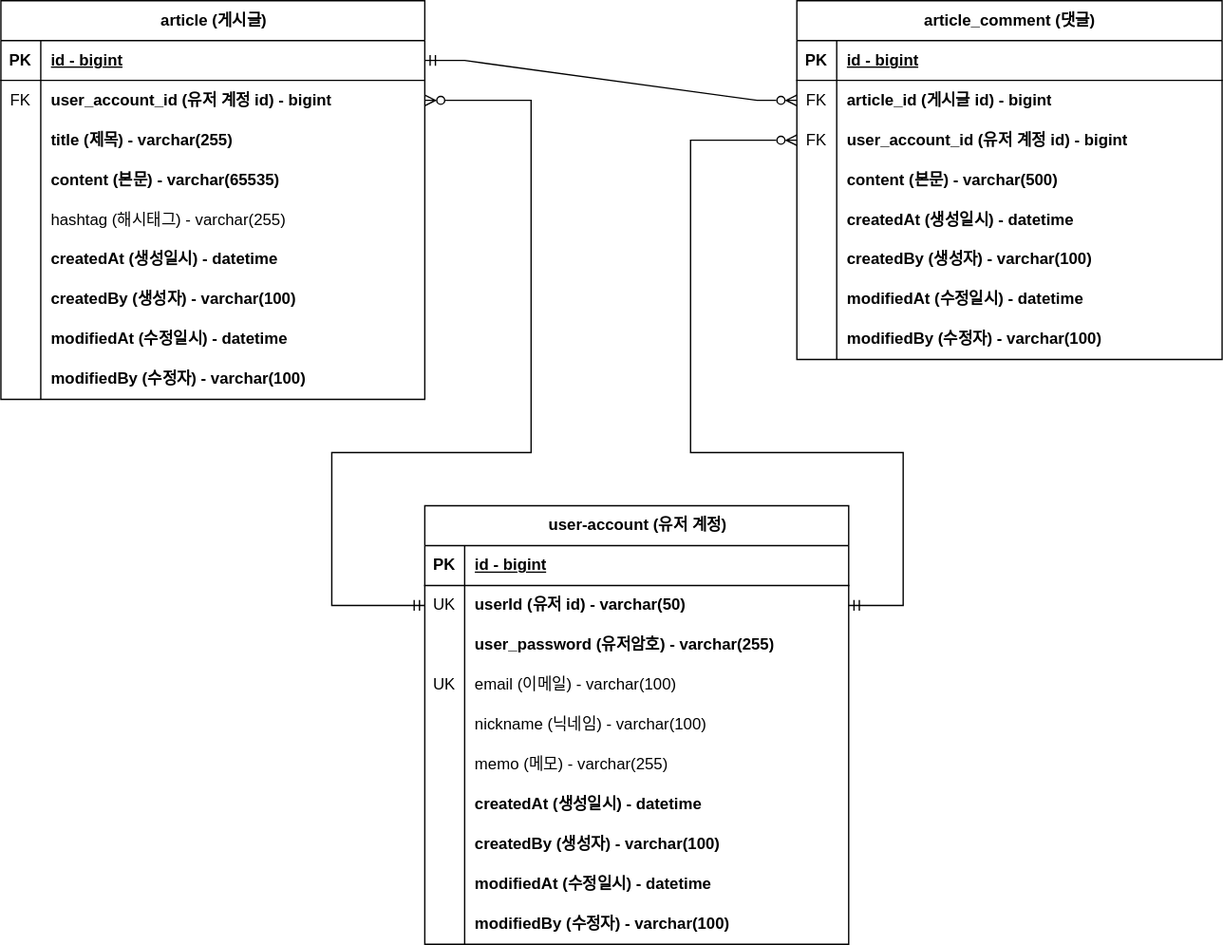
Earlier version of the draw.io export document/project-board-erd.svg (peg5325/spring-board). Source tidied: cells renumbered, new cells last; positions are measured from the earlier drawing's top-left corner, leaving out a move shared by most shapes.
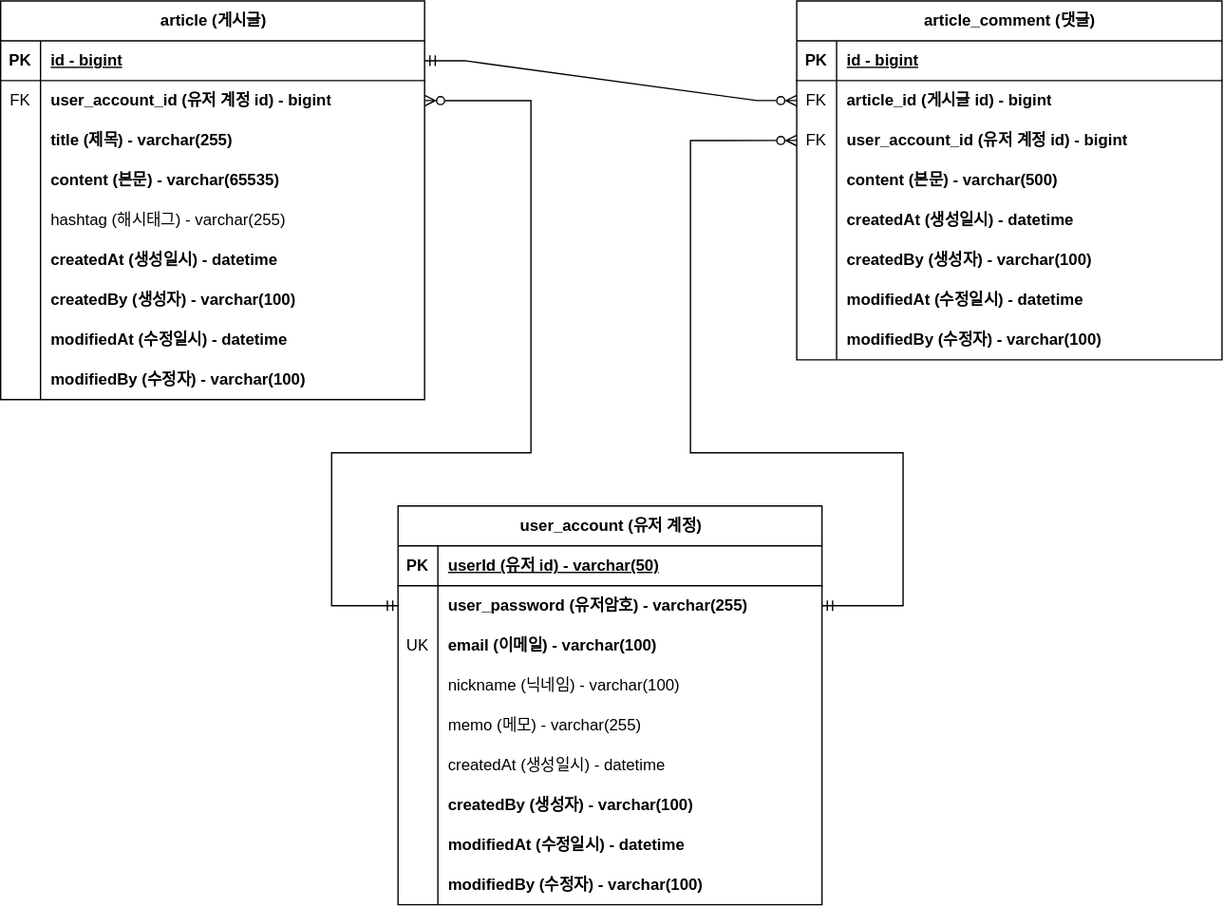
After the commit.

Commit message:
#39 - ERD 문서 수정: 회원 계정 user_id 를 PK 로 변경

Change to the diagram source:
```diff
@@ -164,8 +164,8 @@
     <mxCell id="55" style="rounded=0;jettySize=auto;html=1;exitX=1;exitY=0.5;exitDx=0;exitDy=0;entryX=0;entryY=0.5;entryDx=0;entryDy=0;endArrow=ERzeroToMany;endFill=0;startArrow=ERmandOne;startFill=0;edgeStyle=entityRelationEdgeStyle;elbow=vertical;" parent="1" edge="1" source="3" target="34">
       <mxGeometry relative="1" as="geometry" />
     </mxCell>
-    <mxCell id="56" value="user-account (유저 계정)" style="shape=table;startSize=30;rowLines=0;fontStyle=1;align=center;html=1;" parent="1" vertex="1">
-      <mxGeometry x="319" y="380" width="319" height="330" as="geometry" />
+    <mxCell id="56" value="user_account (유저 계정)" style="shape=table;startSize=30;rowLines=0;fontStyle=1;align=center;html=1;" parent="1" vertex="1">
+      <mxGeometry x="299" y="380" width="319" height="300" as="geometry" />
     </mxCell>
     <mxCell id="57" style="shape=tableRow;horizontal=0;startSize=0;swimlaneHead=0;swimlaneBody=0;fillColor=none;top=0;left=0;right=0;bottom=1;" parent="56" vertex="1">
       <mxGeometry y="30" width="319" height="30" as="geometry" />
@@ -173,34 +173,34 @@
     <mxCell id="58" value="PK" style="shape=partialRectangle;fillColor=none;top=0;left=0;bottom=0;right=0;fontStyle=1;overflow=hidden;whiteSpace=wrap;html=1;" parent="57" vertex="1">
       <mxGeometry width="30" height="30" as="geometry" />
     </mxCell>
-    <mxCell id="59" value="id - bigint" style="shape=partialRectangle;fillColor=none;top=0;left=0;bottom=0;right=0;align=left;spacingLeft=6;fontStyle=5;overflow=hidden;whiteSpace=wrap;html=1;" parent="57" vertex="1">
+    <mxCell id="59" value="userId (유저 id) - varchar(50)" style="shape=partialRectangle;fillColor=none;top=0;left=0;bottom=0;right=0;align=left;spacingLeft=6;fontStyle=5;overflow=hidden;whiteSpace=wrap;html=1;" parent="57" vertex="1">
       <mxGeometry x="30" width="289" height="30" as="geometry" />
     </mxCell>
     <mxCell id="60" style="shape=tableRow;horizontal=0;startSize=0;swimlaneHead=0;swimlaneBody=0;fillColor=none;points=[[0,0.5],[1,0.5]];portConstraint=eastwest;top=0;left=0;right=0;bottom=0;" parent="56" vertex="1">
       <mxGeometry y="60" width="319" height="30" as="geometry" />
     </mxCell>
-    <mxCell id="61" value="UK" style="shape=partialRectangle;fillColor=none;top=0;left=0;bottom=0;right=0;overflow=hidden;whiteSpace=wrap;html=1;" parent="60" vertex="1">
+    <mxCell id="61" style="shape=partialRectangle;fillColor=none;top=0;left=0;bottom=0;right=0;overflow=hidden;whiteSpace=wrap;html=1;" parent="60" vertex="1">
       <mxGeometry width="30" height="30" as="geometry" />
     </mxCell>
-    <mxCell id="62" value="userId (유저 id) - varchar(50)" style="shape=partialRectangle;fillColor=none;top=0;left=0;bottom=0;right=0;align=left;spacingLeft=6;overflow=hidden;whiteSpace=wrap;html=1;fontStyle=1;" parent="60" vertex="1">
+    <mxCell id="62" value="user_password (유저암호) - varchar(255)" style="shape=partialRectangle;fillColor=none;top=0;left=0;bottom=0;right=0;align=left;spacingLeft=6;overflow=hidden;whiteSpace=wrap;html=1;fontStyle=1;" parent="60" vertex="1">
       <mxGeometry x="30" width="289" height="30" as="geometry" />
     </mxCell>
     <mxCell id="63" style="shape=tableRow;horizontal=0;startSize=0;swimlaneHead=0;swimlaneBody=0;fillColor=none;top=0;left=0;right=0;bottom=0;" parent="56" vertex="1">
       <mxGeometry y="90" width="319" height="30" as="geometry" />
     </mxCell>
-    <mxCell id="64" style="shape=partialRectangle;fillColor=none;top=0;left=0;bottom=0;right=0;overflow=hidden;whiteSpace=wrap;html=1;" parent="63" vertex="1">
+    <mxCell id="64" value="&lt;div&gt;UK&lt;/div&gt;" style="shape=partialRectangle;fillColor=none;top=0;left=0;bottom=0;right=0;overflow=hidden;whiteSpace=wrap;html=1;" parent="63" vertex="1">
       <mxGeometry width="30" height="30" as="geometry" />
     </mxCell>
-    <mxCell id="65" value="user_password (유저암호) - varchar(255)" style="shape=partialRectangle;fillColor=none;top=0;left=0;bottom=0;right=0;align=left;spacingLeft=6;overflow=hidden;whiteSpace=wrap;html=1;fontStyle=1;" parent="63" vertex="1">
+    <mxCell id="65" value="email (이메일) - varchar(100)" style="shape=partialRectangle;fillColor=none;top=0;left=0;bottom=0;right=0;align=left;spacingLeft=6;overflow=hidden;whiteSpace=wrap;html=1;fontStyle=1;" parent="63" vertex="1">
       <mxGeometry x="30" width="289" height="30" as="geometry" />
     </mxCell>
     <mxCell id="66" style="shape=tableRow;horizontal=0;startSize=0;swimlaneHead=0;swimlaneBody=0;fillColor=none;top=0;left=0;right=0;bottom=0;" parent="56" vertex="1">
       <mxGeometry y="120" width="319" height="30" as="geometry" />
     </mxCell>
-    <mxCell id="67" value="UK" style="shape=partialRectangle;fillColor=none;top=0;left=0;bottom=0;right=0;overflow=hidden;whiteSpace=wrap;html=1;" parent="66" vertex="1">
+    <mxCell id="67" style="shape=partialRectangle;fillColor=none;top=0;left=0;bottom=0;right=0;overflow=hidden;whiteSpace=wrap;html=1;" parent="66" vertex="1">
       <mxGeometry width="30" height="30" as="geometry" />
     </mxCell>
-    <mxCell id="68" value="email (이메일) - varchar(100)" style="shape=partialRectangle;fillColor=none;top=0;left=0;bottom=0;right=0;align=left;spacingLeft=6;overflow=hidden;whiteSpace=wrap;html=1;" parent="66" vertex="1">
+    <mxCell id="68" value="nickname (닉네임) - varchar(100)" style="shape=partialRectangle;fillColor=none;top=0;left=0;bottom=0;right=0;align=left;spacingLeft=6;overflow=hidden;whiteSpace=wrap;html=1;" parent="66" vertex="1">
       <mxGeometry x="30" width="289" height="30" as="geometry" />
     </mxCell>
     <mxCell id="69" style="shape=tableRow;horizontal=0;startSize=0;swimlaneHead=0;swimlaneBody=0;fillColor=none;top=0;left=0;right=0;bottom=0;" parent="56" vertex="1">
@@ -209,7 +209,7 @@
     <mxCell id="70" style="shape=partialRectangle;fillColor=none;top=0;left=0;bottom=0;right=0;overflow=hidden;whiteSpace=wrap;html=1;" parent="69" vertex="1">
       <mxGeometry width="30" height="30" as="geometry" />
     </mxCell>
-    <mxCell id="71" value="nickname (닉네임) - varchar(100)" style="shape=partialRectangle;fillColor=none;top=0;left=0;bottom=0;right=0;align=left;spacingLeft=6;overflow=hidden;whiteSpace=wrap;html=1;" parent="69" vertex="1">
+    <mxCell id="71" value="memo (메모) - varchar(255)" style="shape=partialRectangle;fillColor=none;top=0;left=0;bottom=0;right=0;align=left;spacingLeft=6;overflow=hidden;whiteSpace=wrap;html=1;" parent="69" vertex="1">
       <mxGeometry x="30" width="289" height="30" as="geometry" />
     </mxCell>
     <mxCell id="72" style="shape=tableRow;horizontal=0;startSize=0;swimlaneHead=0;swimlaneBody=0;fillColor=none;top=0;left=0;right=0;bottom=0;" parent="56" vertex="1">
@@ -218,7 +218,7 @@
     <mxCell id="73" style="shape=partialRectangle;fillColor=none;top=0;left=0;bottom=0;right=0;overflow=hidden;whiteSpace=wrap;html=1;" parent="72" vertex="1">
       <mxGeometry width="30" height="30" as="geometry" />
     </mxCell>
-    <mxCell id="74" value="memo (메모) - varchar(255)" style="shape=partialRectangle;fillColor=none;top=0;left=0;bottom=0;right=0;align=left;spacingLeft=6;overflow=hidden;whiteSpace=wrap;html=1;" parent="72" vertex="1">
+    <mxCell id="74" value="createdAt (생성일시) - datetime" style="shape=partialRectangle;fillColor=none;top=0;left=0;bottom=0;right=0;align=left;spacingLeft=6;overflow=hidden;whiteSpace=wrap;html=1;" parent="72" vertex="1">
       <mxGeometry x="30" width="289" height="30" as="geometry" />
     </mxCell>
     <mxCell id="75" style="shape=tableRow;horizontal=0;startSize=0;swimlaneHead=0;swimlaneBody=0;fillColor=none;top=0;left=0;right=0;bottom=0;" parent="56" vertex="1">
@@ -227,7 +227,7 @@
     <mxCell id="76" style="shape=partialRectangle;fillColor=none;top=0;left=0;bottom=0;right=0;overflow=hidden;whiteSpace=wrap;html=1;" parent="75" vertex="1">
       <mxGeometry width="30" height="30" as="geometry" />
     </mxCell>
-    <mxCell id="77" value="createdAt (생성일시) - datetime" style="shape=partialRectangle;fillColor=none;top=0;left=0;bottom=0;right=0;align=left;spacingLeft=6;overflow=hidden;whiteSpace=wrap;html=1;fontStyle=1;" parent="75" vertex="1">
+    <mxCell id="77" value="createdBy (생성자) - varchar(100)" style="shape=partialRectangle;fillColor=none;top=0;left=0;bottom=0;right=0;align=left;spacingLeft=6;overflow=hidden;whiteSpace=wrap;html=1;fontStyle=1;" parent="75" vertex="1">
       <mxGeometry x="30" width="289" height="30" as="geometry" />
     </mxCell>
     <mxCell id="78" style="shape=tableRow;horizontal=0;startSize=0;swimlaneHead=0;swimlaneBody=0;fillColor=none;top=0;left=0;right=0;bottom=0;" parent="56" vertex="1">
@@ -236,7 +236,7 @@
     <mxCell id="79" style="shape=partialRectangle;fillColor=none;top=0;left=0;bottom=0;right=0;overflow=hidden;whiteSpace=wrap;html=1;" parent="78" vertex="1">
       <mxGeometry width="30" height="30" as="geometry" />
     </mxCell>
-    <mxCell id="80" value="createdBy (생성자) - varchar(100)" style="shape=partialRectangle;fillColor=none;top=0;left=0;bottom=0;right=0;align=left;spacingLeft=6;overflow=hidden;whiteSpace=wrap;html=1;fontStyle=1;" parent="78" vertex="1">
+    <mxCell id="80" value="modifiedAt (수정일시) - datetime" style="shape=partialRectangle;fillColor=none;top=0;left=0;bottom=0;right=0;align=left;spacingLeft=6;overflow=hidden;whiteSpace=wrap;html=1;fontStyle=1;" parent="78" vertex="1">
       <mxGeometry x="30" width="289" height="30" as="geometry" />
     </mxCell>
     <mxCell id="81" style="shape=tableRow;horizontal=0;startSize=0;swimlaneHead=0;swimlaneBody=0;fillColor=none;top=0;left=0;right=0;bottom=0;" parent="56" vertex="1">
@@ -245,18 +245,9 @@
     <mxCell id="82" style="shape=partialRectangle;fillColor=none;top=0;left=0;bottom=0;right=0;overflow=hidden;whiteSpace=wrap;html=1;" parent="81" vertex="1">
       <mxGeometry width="30" height="30" as="geometry" />
     </mxCell>
-    <mxCell id="83" value="modifiedAt (수정일시) - datetime" style="shape=partialRectangle;fillColor=none;top=0;left=0;bottom=0;right=0;align=left;spacingLeft=6;overflow=hidden;whiteSpace=wrap;html=1;fontStyle=1;" parent="81" vertex="1">
+    <mxCell id="83" value="modifiedBy (수정자) - varchar(100)" style="shape=partialRectangle;fillColor=none;top=0;left=0;bottom=0;right=0;align=left;spacingLeft=6;overflow=hidden;whiteSpace=wrap;html=1;fontStyle=1;" parent="81" vertex="1">
       <mxGeometry x="30" width="289" height="30" as="geometry" />
     </mxCell>
-    <mxCell id="84" style="shape=tableRow;horizontal=0;startSize=0;swimlaneHead=0;swimlaneBody=0;fillColor=none;top=0;left=0;right=0;bottom=0;" parent="56" vertex="1">
-      <mxGeometry y="300" width="319" height="30" as="geometry" />
-    </mxCell>
-    <mxCell id="85" style="shape=partialRectangle;fillColor=none;top=0;left=0;bottom=0;right=0;overflow=hidden;whiteSpace=wrap;html=1;" parent="84" vertex="1">
-      <mxGeometry width="30" height="30" as="geometry" />
-    </mxCell>
-    <mxCell id="86" value="modifiedBy (수정자) - varchar(100)" style="shape=partialRectangle;fillColor=none;top=0;left=0;bottom=0;right=0;align=left;spacingLeft=6;overflow=hidden;whiteSpace=wrap;html=1;fontStyle=1;" parent="84" vertex="1">
-      <mxGeometry x="30" width="289" height="30" as="geometry" />
-    </mxCell>
     <mxCell id="87" style="edgeStyle=orthogonalEdgeStyle;rounded=0;jettySize=auto;html=1;exitX=0;exitY=0.5;exitDx=0;exitDy=0;entryX=1;entryY=0.5;entryDx=0;entryDy=0;startArrow=ERmandOne;startFill=0;endArrow=ERzeroToMany;endFill=0;" parent="1" edge="1" source="60" target="6">
       <mxGeometry relative="1" as="geometry">
         <Array as="points">
```
